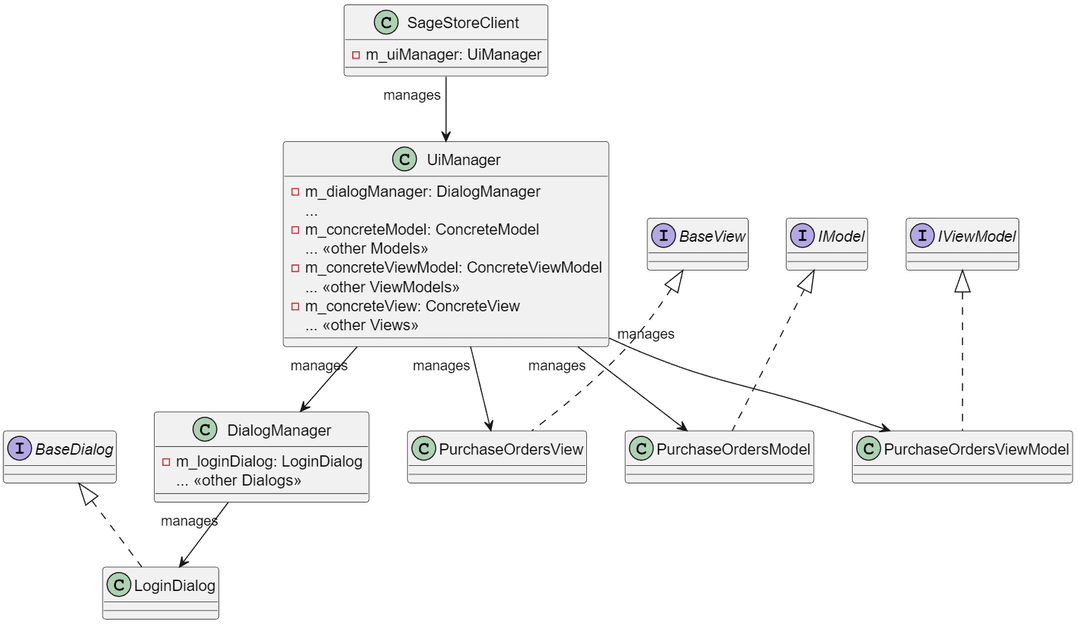
Above: docs/client/GUI_CD.png in Sage-Cat/SageStore (PlantUML), before the change. Its source is kept beside it as docs/client/plantuml/GUI_CD.puml.
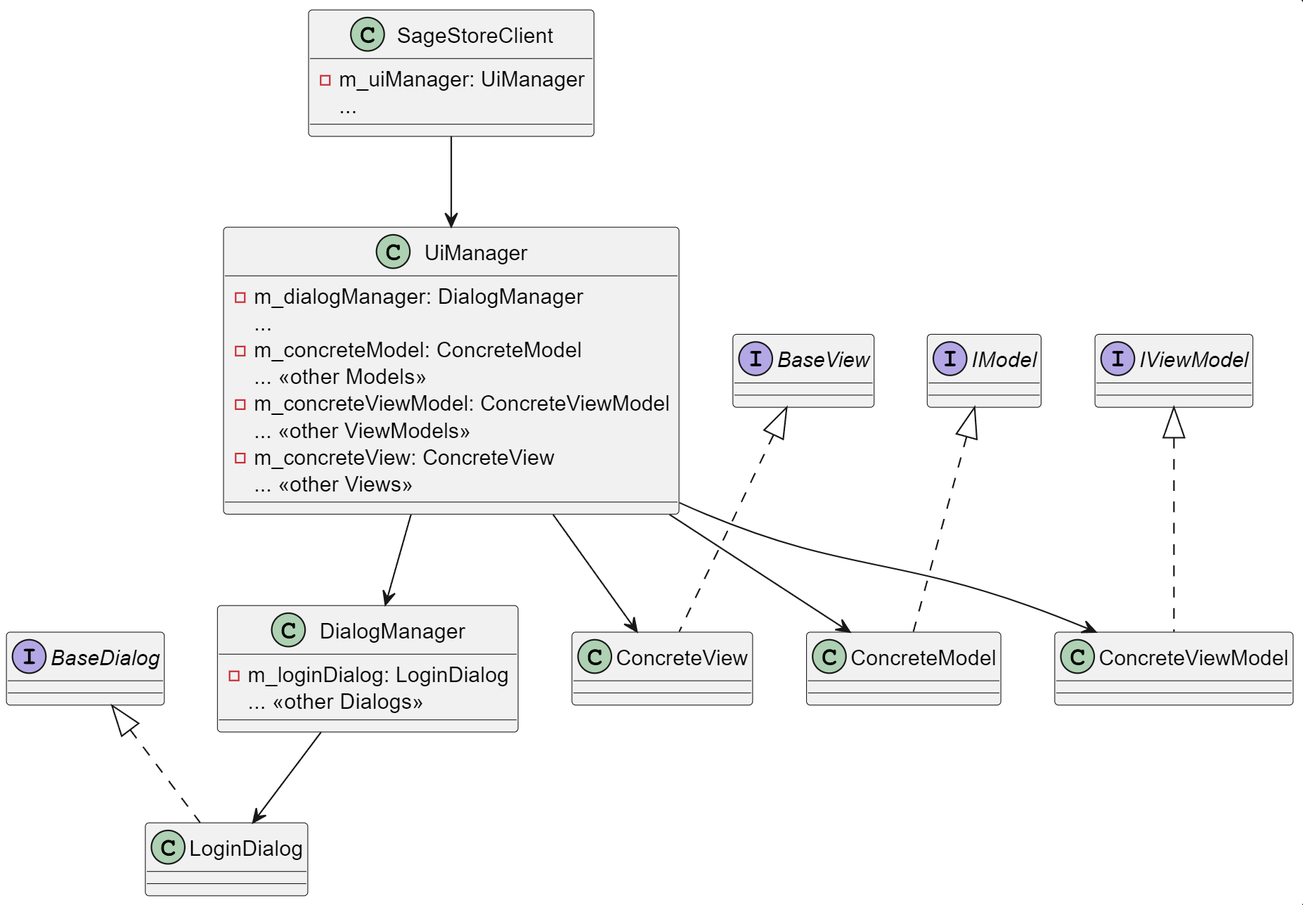
Above is the later version.

What changed in the source:
```diff
@@ -2,6 +2,7 @@
 
 class SageStoreClient {
     -m_uiManager: UiManager
+    ...
 }
 
 class UiManager {
@@ -35,26 +36,26 @@
 class LoginDialog implements BaseDialog {
 }
 
-class PurchaseOrdersModel implements IModel {
+class ConcreteModel implements IModel {
 }
 
-class PurchaseOrdersViewModel implements IViewModel {
+class ConcreteViewModel implements IViewModel {
 }
 
-class PurchaseOrdersView implements BaseView {
+class ConcreteView implements BaseView {
 }
 
-SageStoreClient "manages"-->  UiManager
+SageStoreClient -->  UiManager
 
-UiManager "manages"-->  PurchaseOrdersModel
-UiManager "manages" -->  PurchaseOrdersViewModel
-UiManager "manages" -->  PurchaseOrdersView
+UiManager -->  ConcreteModel
+UiManager  -->  ConcreteViewModel
+UiManager  -->  ConcreteView
 UiManager -[hidden]right- IViewModel
 UiManager -[hidden]right- IModel
 UiManager -[hidden]right- BaseView
-UiManager "manages" --> DialogManager
+UiManager  --> DialogManager
 
-DialogManager "manages" --> LoginDialog
+DialogManager  --> LoginDialog
 DialogManager -[hidden]left- BaseDialog
 
 @enduml
```
